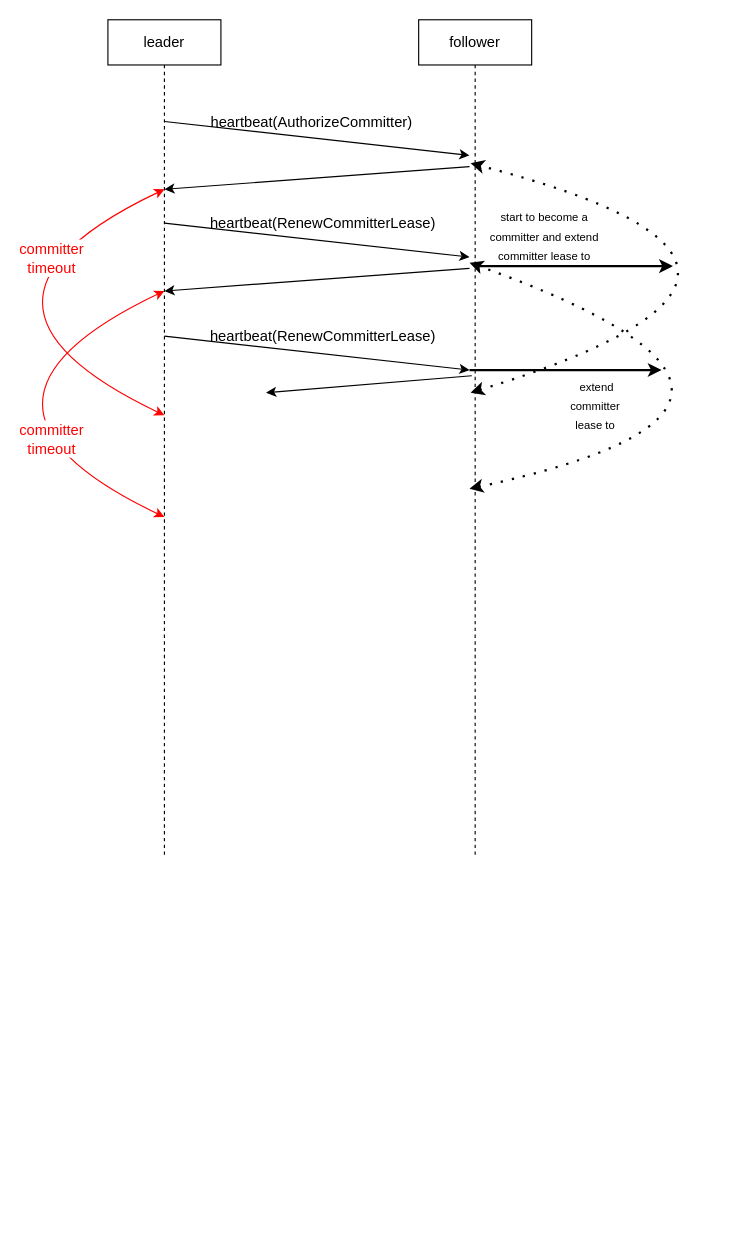
Above: raft-committer-idea.drawio in BanYeung/Notes (draw.io), before the change. Source tidied: cells renumbered, new cells numbered last; positions are measured from the earlier drawing's top-left corner, leaving out a move shared by most shapes. Both pictures are drawn from the tidied source at 113%, with x=0, y=0 at pixel (-73, 19).
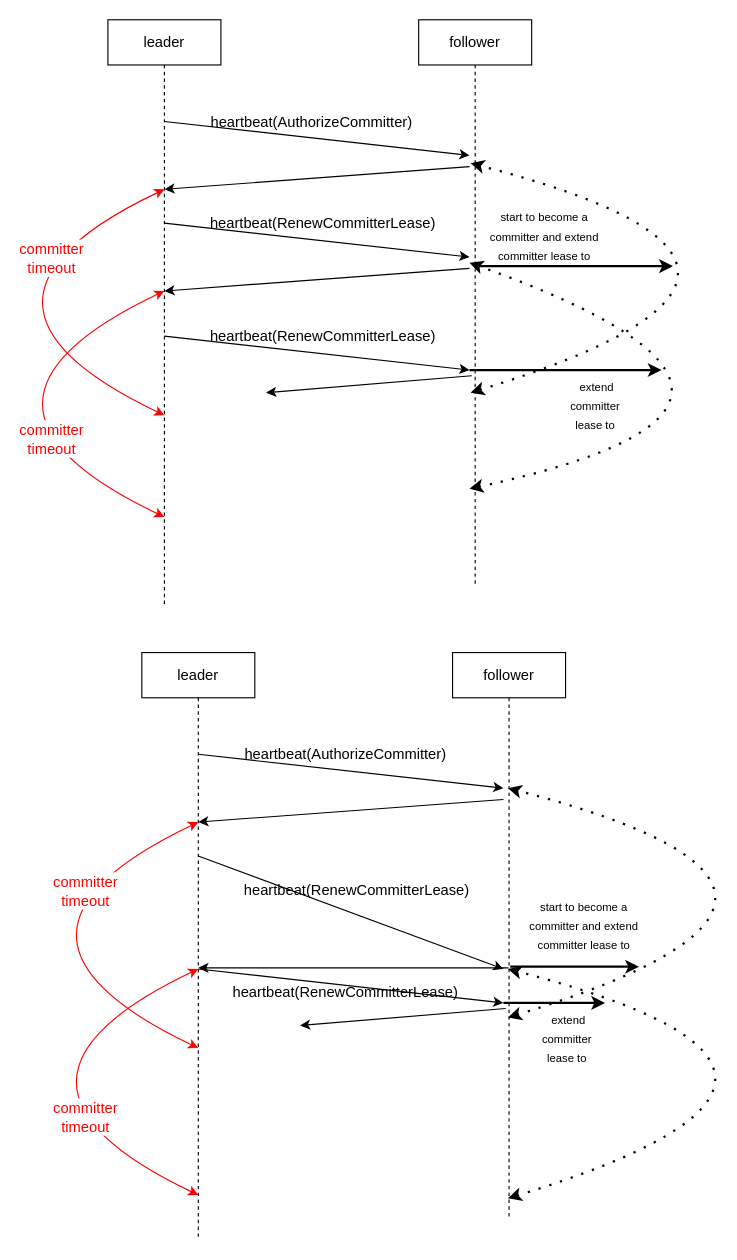
The same diagram, later.

Commit message:
unnormal case

The edit, as a diff of the source:
```diff
@@
     <mxCell id="2" value="leader" style="shape=umlLifeline;perimeter=lifelinePerimeter;whiteSpace=wrap;html=1;fontSize=13;" parent="1" vertex="1">
-      <mxGeometry x="160" width="100" height="740" as="geometry" />
+      <mxGeometry x="160" width="100" height="520" as="geometry" />
     </mxCell>
     <mxCell id="3" value="follower" style="shape=umlLifeline;perimeter=lifelinePerimeter;whiteSpace=wrap;html=1;fontSize=13;" parent="1" vertex="1">
-      <mxGeometry x="435" width="100" height="740" as="geometry" />
+      <mxGeometry x="435" width="100" height="500" as="geometry" />
     </mxCell>
@@
+    <mxCell id="23" value="leader" style="shape=umlLifeline;perimeter=lifelinePerimeter;whiteSpace=wrap;html=1;fontSize=13;" parent="1" vertex="1">
+      <mxGeometry x="190" y="560" width="100" height="520" as="geometry" />
+    </mxCell>
+    <mxCell id="24" value="follower" style="shape=umlLifeline;perimeter=lifelinePerimeter;whiteSpace=wrap;html=1;fontSize=13;" parent="1" vertex="1">
+      <mxGeometry x="465" y="560" width="100" height="500" as="geometry" />
+    </mxCell>
+    <mxCell id="25" style="endArrow=classic;html=1;fontSize=13;" parent="1" edge="1">
+      <mxGeometry relative="1" as="geometry">
+        <mxPoint x="240" y="650" as="sourcePoint" />
+        <mxPoint x="510" y="680" as="targetPoint" />
+      </mxGeometry>
+    </mxCell>
+    <mxCell id="26" style="endArrow=classic;html=1;fontSize=13;" parent="1" edge="1">
+      <mxGeometry relative="1" as="geometry">
+        <mxPoint x="510" y="690" as="sourcePoint" />
+        <mxPoint x="240" y="710" as="targetPoint" />
+      </mxGeometry>
+    </mxCell>
+    <mxCell id="27" style="endArrow=classic;html=1;fontSize=13;" parent="1" edge="1">
+      <mxGeometry relative="1" as="geometry">
+        <mxPoint x="240" y="740" as="sourcePoint" />
+        <mxPoint x="510" y="840" as="targetPoint" />
+      </mxGeometry>
+    </mxCell>
+    <mxCell id="28" style="endArrow=classic;html=1;fontSize=13;" parent="1" edge="1">
+      <mxGeometry relative="1" as="geometry">
+        <mxPoint x="514.5" y="839" as="sourcePoint" />
+        <mxPoint x="240" y="839" as="targetPoint" />
+      </mxGeometry>
+    </mxCell>
+    <mxCell id="29" value="heartbeat(AuthorizeCommitter)" style="text;html=1;align=center;verticalAlign=middle;strokeColor=none;fontSize=13;" parent="1" vertex="1">
+      <mxGeometry x="275" y="640" width="190" height="20" as="geometry" />
+    </mxCell>
+    <mxCell id="30" value="heartbeat(RenewCommitterLease)" style="text;html=1;align=center;verticalAlign=middle;strokeColor=none;fontSize=13;" parent="1" vertex="1">
+      <mxGeometry x="275" y="760" width="210" height="20" as="geometry" />
+    </mxCell>
+    <mxCell id="31" value="heartbeat(RenewCommitterLease)" style="text;html=1;align=center;verticalAlign=middle;strokeColor=none;fontSize=13;" parent="1" vertex="1">
+      <mxGeometry x="265" y="850" width="210" height="20" as="geometry" />
+    </mxCell>
+    <mxCell id="32" style="endArrow=classic;html=1;fontSize=13;" parent="1" edge="1">
+      <mxGeometry relative="1" as="geometry">
+        <mxPoint x="240" y="840" as="sourcePoint" />
+        <mxPoint x="510" y="870" as="targetPoint" />
+      </mxGeometry>
+    </mxCell>
+    <mxCell id="33" style="endArrow=classic;html=1;fontSize=14;strokeWidth=2;" parent="1" edge="1">
+      <mxGeometry relative="1" as="geometry">
+        <mxPoint x="516" y="838" as="sourcePoint" />
+        <mxPoint x="630" y="838" as="targetPoint" />
+      </mxGeometry>
+    </mxCell>
+    <mxCell id="34" value="&lt;span style=&quot;font-size: 10px&quot;&gt;start to become a &lt;br style=&quot;font-size: 10px&quot;&gt;committer and extend &lt;br style=&quot;font-size: 10px&quot;&gt;committer lease to&lt;br&gt;&lt;/span&gt;" style="edgeLabel;html=1;align=center;verticalAlign=middle;fontSize=14;" parent="33" vertex="1">
+      <mxGeometry x="-0.13" relative="1" as="geometry">
+        <mxPoint x="14" y="-38" as="offset" />
+      </mxGeometry>
+    </mxCell>
+    <mxCell id="35" style="endArrow=classic;html=1;fontSize=14;strokeWidth=2;" parent="1" edge="1">
+      <mxGeometry relative="1" as="geometry">
+        <mxPoint x="510" y="870" as="sourcePoint" />
+        <mxPoint x="600" y="870" as="targetPoint" />
+      </mxGeometry>
+    </mxCell>
+    <mxCell id="36" value="&lt;span style=&quot;font-size: 10px&quot;&gt;&amp;nbsp;extend &lt;br style=&quot;font-size: 10px&quot;&gt;committer &lt;br style=&quot;font-size: 10px&quot;&gt;lease to&lt;br&gt;&lt;/span&gt;" style="edgeLabel;html=1;align=center;verticalAlign=middle;fontSize=14;" parent="35" vertex="1">
+      <mxGeometry x="-0.13" relative="1" as="geometry">
+        <mxPoint x="16" y="30" as="offset" />
+      </mxGeometry>
+    </mxCell>
+    <mxCell id="37" style="endArrow=classic;html=1;fontSize=13;" parent="1" edge="1">
+      <mxGeometry relative="1" as="geometry">
+        <mxPoint x="512" y="875" as="sourcePoint" />
+        <mxPoint x="330" y="890" as="targetPoint" />
+      </mxGeometry>
+    </mxCell>
+    <mxCell id="38" style="endArrow=classic;startArrow=classic;html=1;fontSize=14;strokeWidth=1;strokeColor=#FF0000;curved=1;" parent="1" edge="1">
+      <mxGeometry relative="1" as="geometry">
+        <mxPoint x="240" y="910" as="sourcePoint" />
+        <mxPoint x="240" y="710" as="targetPoint" />
+        <Array as="points">
+          <mxPoint x="30" y="810" />
+        </Array>
+      </mxGeometry>
+    </mxCell>
+    <mxCell id="39" value="&lt;font style=&quot;font-size: 13px&quot; color=&quot;#ff0000&quot;&gt;committer&lt;br&gt;timeout&lt;/font&gt;" style="edgeLabel;html=1;align=center;verticalAlign=middle;fontSize=14;" parent="38" vertex="1">
+      <mxGeometry x="-0.55" y="-12" relative="1" as="geometry">
+        <mxPoint x="-11" y="-84" as="offset" />
+      </mxGeometry>
+    </mxCell>
+    <mxCell id="40" style="endArrow=classic;startArrow=classic;html=1;fontSize=14;strokeWidth=1;strokeColor=#FF0000;curved=1;" parent="1" edge="1">
+      <mxGeometry relative="1" as="geometry">
+        <mxPoint x="240" y="1040" as="sourcePoint" />
+        <mxPoint x="240" y="840" as="targetPoint" />
+        <Array as="points">
+          <mxPoint x="30" y="940" />
+        </Array>
+      </mxGeometry>
+    </mxCell>
+    <mxCell id="41" value="&lt;font style=&quot;font-size: 13px&quot; color=&quot;#ff0000&quot;&gt;committer&lt;br&gt;timeout&lt;/font&gt;" style="edgeLabel;html=1;align=center;verticalAlign=middle;fontSize=14;" parent="40" vertex="1">
+      <mxGeometry x="-0.55" y="-12" relative="1" as="geometry">
+        <mxPoint x="-11" y="-14" as="offset" />
+      </mxGeometry>
+    </mxCell>
+    <mxCell id="42" style="endArrow=classic;startArrow=classic;html=1;fontSize=14;strokeWidth=2;dashed=1;curved=1;dashPattern=1 4;" parent="1" edge="1">
+      <mxGeometry relative="1" as="geometry">
+        <mxPoint x="514" y="883" as="sourcePoint" />
+        <mxPoint x="514" y="680" as="targetPoint" />
+        <Array as="points">
+          <mxPoint x="873" y="773" />
+        </Array>
+      </mxGeometry>
+    </mxCell>
+    <mxCell id="43" style="endArrow=classic;startArrow=classic;html=1;fontSize=14;strokeWidth=2;dashed=1;curved=1;dashPattern=1 4;" parent="1" edge="1">
+      <mxGeometry relative="1" as="geometry">
+        <mxPoint x="514" y="1043" as="sourcePoint" />
+        <mxPoint x="514" y="840" as="targetPoint" />
+        <Array as="points">
+          <mxPoint x="873" y="933" />
+        </Array>
+      </mxGeometry>
+    </mxCell>
```
